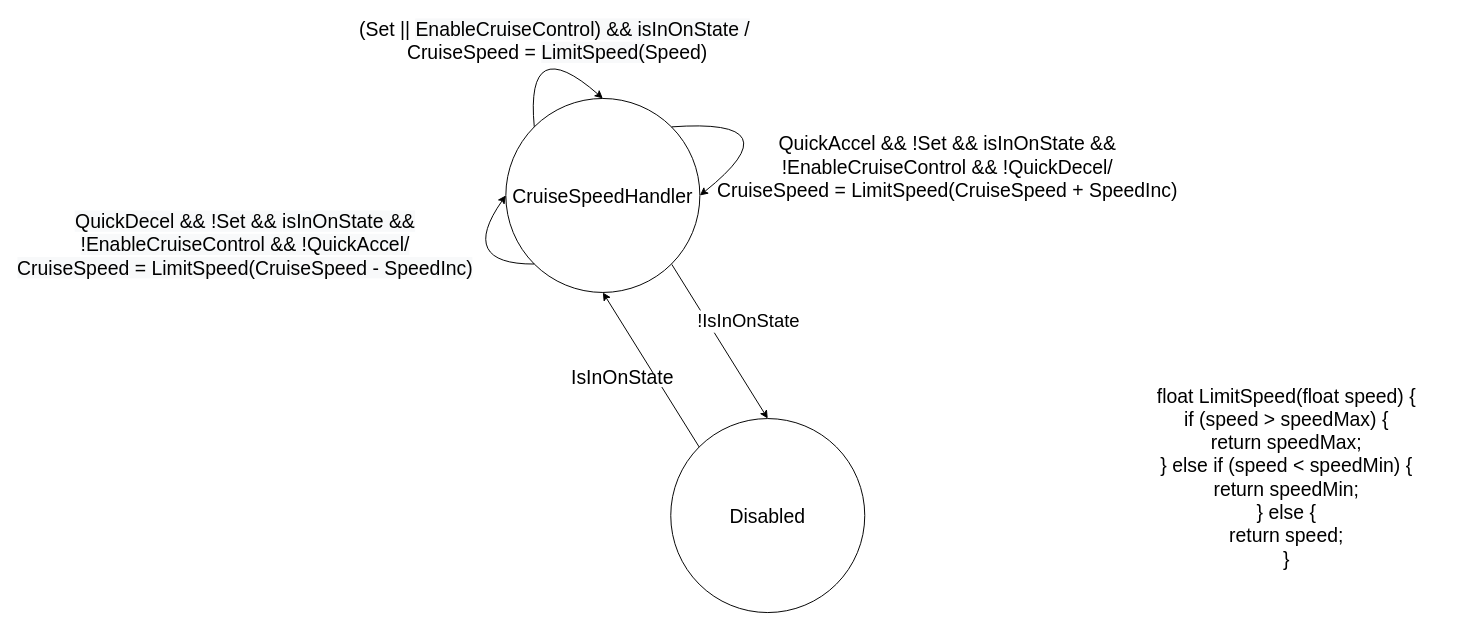
Above: Diagrams/FSMs/Cruise Speed Control_FSM.drawio in jacoballen4534/Cruise-Controller (draw.io), before the change. Source tidied: cells renumbered, new cells numbered last; positions are measured from the earlier drawing's top-left corner, leaving out a move shared by most shapes. Both pictures are drawn from the tidied source at 97%, with x=0, y=0 at pixel (457, 30).
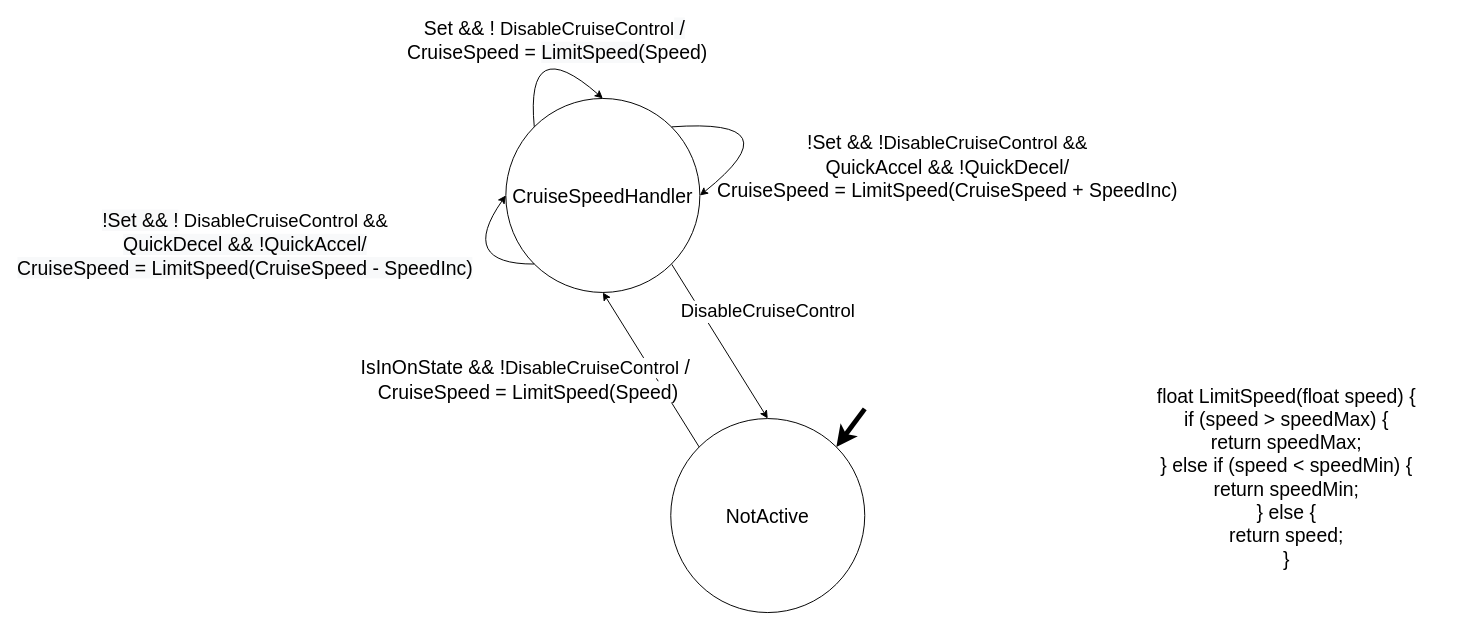
The same page after the edit.

Commit message (it also covers changes not shown here):
Update diagrams to add DisableCruiseControl back to CruiseSpeedControl.

Unchanged cells that the change refers to:
```xml
<mxCell id="3" style="curved=1;endArrow=classic;html=1;exitX=0;exitY=0;exitDx=0;exitDy=0;entryX=0.5;entryY=0;entryDx=0;entryDy=0;" parent="1" edge="1" source="2" target="2">
  <mxGeometry relative="1" as="geometry">
    <Array as="points">
      <mxPoint x="70" />
    </Array>
  </mxGeometry>
</mxCell>
<mxCell id="7" style="curved=1;endArrow=classic;html=1;exitX=0;exitY=1;exitDx=0;exitDy=0;entryX=0;entryY=0.5;entryDx=0;entryDy=0;" parent="1" edge="1" source="2" target="2">
  <mxGeometry relative="1" as="geometry">
    <Array as="points">
      <mxPoint y="241" />
    </Array>
  </mxGeometry>
</mxCell>
<mxCell id="11" style="endArrow=classic;html=1;entryX=0.5;entryY=0;entryDx=0;entryDy=0;" parent="1" edge="1" target="10">
  <mxGeometry relative="1" as="geometry">
    <mxPoint x="221" y="241" as="sourcePoint" />
  </mxGeometry>
</mxCell>
```

The edit, as a diff of the source:
```diff
@@
-    <mxCell id="4" value="&lt;font style=&quot;font-size: 20px&quot;&gt;(Set ||&amp;nbsp;&lt;span style=&quot;background-color: rgb(248 , 249 , 250)&quot;&gt;EnableCruiseControl) &amp;amp;&amp;amp;&amp;nbsp;&lt;/span&gt;&lt;span style=&quot;background-color: rgb(248 , 249 , 250)&quot;&gt;isInOnState&lt;/span&gt;&lt;span style=&quot;background-color: rgb(248 , 249 , 250)&quot;&gt;&amp;nbsp;/&lt;br&gt;&lt;/span&gt;&amp;nbsp;CruiseSpeed =&amp;nbsp;&lt;span style=&quot;background-color: rgb(248 , 249 , 250)&quot;&gt;LimitSpeed(&lt;/span&gt;Speed)&lt;/font&gt;" style="edgeLabel;html=1;align=center;verticalAlign=middle;" parent="3" vertex="1">
+    <mxCell id="4" value="&lt;font style=&quot;font-size: 20px&quot;&gt;Set &amp;amp;&amp;amp; !&lt;span style=&quot;font-size: 19px&quot;&gt;&amp;nbsp;DisableCruiseControl&lt;/span&gt;&lt;span style=&quot;background-color: rgb(248 , 249 , 250)&quot;&gt;&amp;nbsp;/&lt;br&gt;&lt;/span&gt;&amp;nbsp;CruiseSpeed =&amp;nbsp;&lt;span style=&quot;background-color: rgb(248 , 249 , 250)&quot;&gt;LimitSpeed(&lt;/span&gt;Speed)&lt;/font&gt;" style="edgeLabel;html=1;align=center;verticalAlign=middle;" parent="3" vertex="1">
       <mxGeometry x="-0.47" y="-22" relative="1" as="geometry">
         <mxPoint x="3.9" y="-32.5" as="offset" />
       </mxGeometry>
     </mxCell>
@@
-    <mxCell id="6" value="&lt;font style=&quot;font-size: 20px&quot;&gt;QuickAccel &amp;amp;&amp;amp; !Set &amp;amp;&amp;amp; isInOnState&amp;nbsp;&amp;amp;&amp;amp;&lt;br&gt;!EnableCruiseControl &amp;amp;&amp;amp;&amp;nbsp;!QuickDecel/&lt;br&gt;CruiseSpeed =&amp;nbsp;&lt;span&gt;LimitSpeed(&lt;/span&gt;CruiseSpeed&amp;nbsp;+ SpeedInc)&lt;br&gt;&lt;/font&gt;" style="text;html=1;align=center;verticalAlign=middle;" parent="1" vertex="1">
-      <mxGeometry x="260" y="110" width="490" height="60" as="geometry" />
+    <mxCell id="6" value="&lt;font style=&quot;font-size: 20px&quot;&gt;!Set &amp;amp;&amp;amp; !&lt;span style=&quot;font-size: 19px ; background-color: rgb(255 , 255 , 255)&quot;&gt;DisableCruiseControl &amp;amp;&amp;amp;&lt;br&gt;&lt;/span&gt;QuickAccel &amp;amp;&amp;amp;&amp;nbsp;!QuickDecel/&lt;br&gt;CruiseSpeed =&amp;nbsp;&lt;span&gt;LimitSpeed(&lt;/span&gt;CruiseSpeed&amp;nbsp;+ SpeedInc)&lt;br&gt;&lt;/font&gt;" style="text;html=1;align=center;verticalAlign=middle;" parent="1" vertex="1">
+      <mxGeometry x="260" y="115" width="490" height="50" as="geometry" />
     </mxCell>
@@
-    <mxCell id="8" value="&lt;span style=&quot;font-size: 20px ; background-color: rgb(248 , 249 , 250)&quot;&gt;QuickDecel &amp;amp;&amp;amp;&amp;nbsp;&lt;/span&gt;&lt;span style=&quot;font-size: 20px ; background-color: rgb(248 , 249 , 250)&quot;&gt;!Set &amp;amp;&amp;amp;&amp;nbsp;&lt;/span&gt;&lt;span style=&quot;font-size: 20px ; background-color: rgb(248 , 249 , 250)&quot;&gt;isInOnState &amp;amp;&amp;amp;&lt;/span&gt;&lt;span style=&quot;font-size: 20px ; background-color: rgb(248 , 249 , 250)&quot;&gt;&lt;br&gt;!&lt;/span&gt;&lt;span style=&quot;font-size: 20px ; background-color: rgb(248 , 249 , 250)&quot;&gt;EnableCruiseControl&amp;nbsp;&lt;/span&gt;&lt;span style=&quot;font-size: 20px ; background-color: rgb(248 , 249 , 250)&quot;&gt;&amp;amp;&amp;amp; !QuickAccel/&lt;br&gt;&lt;/span&gt;&lt;span style=&quot;font-size: 20px ; background-color: rgb(248 , 249 , 250)&quot;&gt;CruiseSpeed =&amp;nbsp;&lt;/span&gt;&lt;span style=&quot;font-size: 20px ; background-color: rgb(248 , 249 , 250)&quot;&gt;LimitSpeed(&lt;/span&gt;&lt;span style=&quot;font-size: 20px ; background-color: rgb(248 , 249 , 250)&quot;&gt;CruiseSpeed - SpeedInc)&lt;/span&gt;" style="edgeLabel;html=1;align=center;verticalAlign=middle;" parent="7" vertex="1">
+    <mxCell id="8" value="&lt;span style=&quot;font-size: 20px ; background-color: rgb(248 , 249 , 250)&quot;&gt;!Set &amp;amp;&amp;amp; !&lt;/span&gt;&lt;span style=&quot;font-size: 19px&quot;&gt;&amp;nbsp;DisableCruiseControl &amp;amp;&amp;amp;&lt;/span&gt;&lt;span style=&quot;font-size: 20px ; background-color: rgb(248 , 249 , 250)&quot;&gt;&lt;br&gt;&lt;/span&gt;&lt;span style=&quot;font-size: 20px ; background-color: rgb(248 , 249 , 250)&quot;&gt;QuickDecel &amp;amp;&amp;amp;&amp;nbsp;&lt;/span&gt;&lt;span style=&quot;font-size: 20px ; background-color: rgb(248 , 249 , 250)&quot;&gt;!QuickAccel/&lt;br&gt;&lt;/span&gt;&lt;span style=&quot;font-size: 20px ; background-color: rgb(248 , 249 , 250)&quot;&gt;CruiseSpeed =&amp;nbsp;&lt;/span&gt;&lt;span style=&quot;font-size: 20px ; background-color: rgb(248 , 249 , 250)&quot;&gt;LimitSpeed(&lt;/span&gt;&lt;span style=&quot;font-size: 20px ; background-color: rgb(248 , 249 , 250)&quot;&gt;CruiseSpeed - SpeedInc)&lt;/span&gt;" style="edgeLabel;html=1;align=center;verticalAlign=middle;" parent="7" vertex="1">
       <mxGeometry x="-0.76" y="4" relative="1" as="geometry">
         <mxPoint x="-279.3" y="-24.8" as="offset" />
       </mxGeometry>
     </mxCell>
@@
-    <mxCell id="10" value="&lt;font style=&quot;font-size: 20px&quot;&gt;Disabled&lt;br&gt;&lt;/font&gt;" style="ellipse;whiteSpace=wrap;html=1;" parent="1" vertex="1">
+    <mxCell id="10" value="&lt;font style=&quot;font-size: 20px&quot;&gt;NotActive&lt;br&gt;&lt;/font&gt;" style="ellipse;whiteSpace=wrap;html=1;" parent="1" vertex="1">
       <mxGeometry x="220" y="400" width="200" height="200" as="geometry" />
     </mxCell>
@@
-    <mxCell id="12" value="&lt;font style=&quot;font-size: 19px&quot;&gt;!IsInOnState&lt;/font&gt;" style="edgeLabel;html=1;align=center;verticalAlign=middle;" parent="11" vertex="1">
+    <mxCell id="12" value="&lt;font style=&quot;font-size: 19px&quot;&gt;DisableCruiseControl&lt;/font&gt;" style="edgeLabel;html=1;align=center;verticalAlign=middle;" parent="11" vertex="1">
       <mxGeometry x="-0.18" relative="1" as="geometry">
-        <mxPoint x="38.2" y="-6.4" as="offset" />
+        <mxPoint x="58.3" y="-16.4" as="offset" />
       </mxGeometry>
     </mxCell>
@@
-    <mxCell id="14" value="&lt;span style=&quot;background-color: rgb(255 , 255 , 255)&quot;&gt;&lt;font style=&quot;font-size: 20px&quot;&gt;IsInOnState&lt;/font&gt;&lt;/span&gt;" style="text;html=1;align=center;verticalAlign=middle;" parent="1" vertex="1">
-      <mxGeometry x="110" y="347" width="120" height="20" as="geometry" />
+    <mxCell id="14" value="&lt;span style=&quot;background-color: rgb(255 , 255 , 255)&quot;&gt;&lt;font style=&quot;font-size: 20px&quot;&gt;IsInOnState &amp;amp;&amp;amp; !&lt;/font&gt;&lt;/span&gt;&lt;span style=&quot;font-size: 19px ; background-color: rgb(255 , 255 , 255)&quot;&gt;DisableCruiseControl&lt;/span&gt;&lt;span style=&quot;background-color: rgb(255 , 255 , 255)&quot;&gt;&lt;font style=&quot;font-size: 20px&quot;&gt;&amp;nbsp;/&lt;br&gt;&lt;/font&gt;&lt;/span&gt;&lt;span style=&quot;font-size: 20px ; background-color: rgb(255 , 255 , 255)&quot;&gt;&amp;nbsp;CruiseSpeed =&amp;nbsp;&lt;/span&gt;&lt;span style=&quot;font-size: 20px&quot;&gt;LimitSpeed(&lt;/span&gt;&lt;span style=&quot;font-size: 20px ; background-color: rgb(255 , 255 , 255)&quot;&gt;Speed)&lt;/span&gt;&lt;span style=&quot;background-color: rgb(255 , 255 , 255)&quot;&gt;&lt;font style=&quot;font-size: 20px&quot;&gt;&lt;br&gt;&lt;/font&gt;&lt;/span&gt;" style="text;html=1;align=center;verticalAlign=middle;" parent="1" vertex="1">
+      <mxGeometry x="-110" y="340" width="360" height="40" as="geometry" />
     </mxCell>
+    <mxCell id="15" style="endArrow=classic;html=1;entryX=1;entryY=0;entryDx=0;entryDy=0;strokeWidth=5;" parent="1" edge="1" target="10">
+      <mxGeometry relative="1" as="geometry">
+        <mxPoint x="420" y="390" as="sourcePoint" />
+      </mxGeometry>
+    </mxCell>
```
